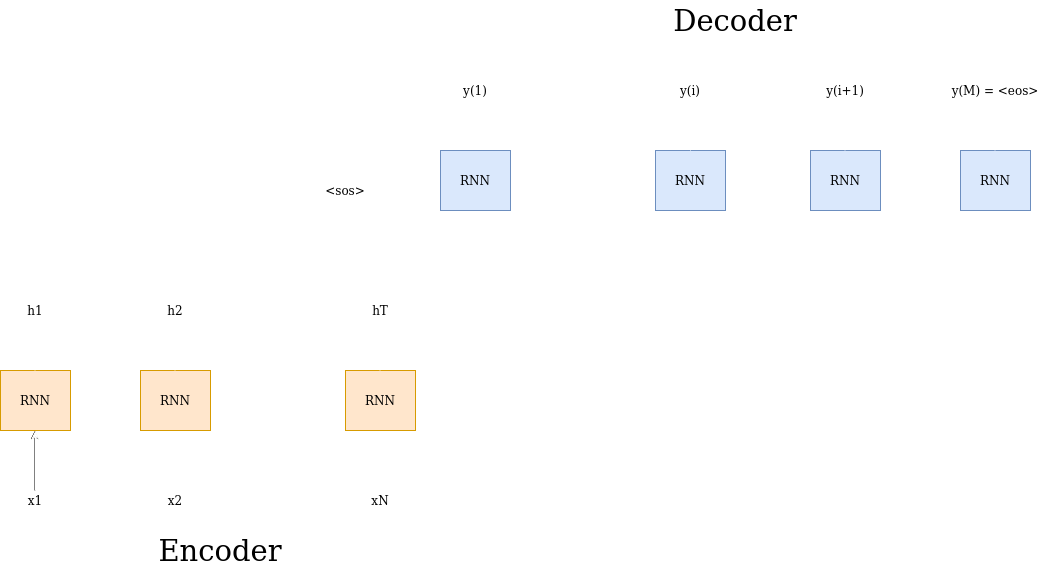
Earlier version of the draw.io export images/encoder_decoder_architecture.png (anuj1729/anuj1729.github.io). Source tidied: cells renumbered, new cells last; positions are measured from the earlier drawing's top-left corner, leaving out a move shared by most shapes.
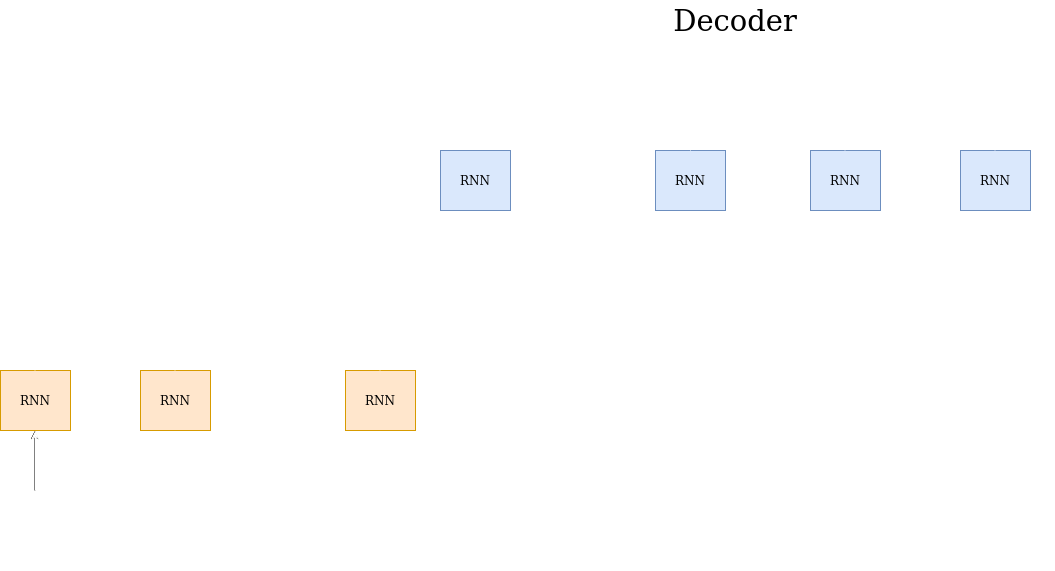
After the commit.

What changed in the source:
```diff
@@ -17,7 +17,7 @@
     <mxCell id="5" style="edgeStyle=orthogonalEdgeStyle;rounded=0;jettySize=auto;html=1;fillColor=none;strokeColor=#FFFFFF;" parent="1" edge="1" source="6" target="3">
       <mxGeometry relative="1" as="geometry" />
     </mxCell>
-    <mxCell id="6" value="x1" style="text;html=1;fillColor=none;align=center;verticalAlign=middle;whiteSpace=wrap;rounded=0;" parent="1" vertex="1">
+    <mxCell id="6" value="x1" style="text;html=1;fillColor=none;align=center;verticalAlign=middle;whiteSpace=wrap;rounded=0;fontColor=#FFFFFF;" parent="1" vertex="1">
       <mxGeometry x="15" y="490" width="40" height="20" as="geometry" />
     </mxCell>
     <mxCell id="7" style="edgeStyle=orthogonalEdgeStyle;rounded=0;jumpSize=6;jettySize=auto;html=1;exitX=1;exitY=0.5;exitDx=0;exitDy=0;dashed=1;startSize=5;endArrow=none;endFill=0;strokeWidth=1;fillColor=none;strokeColor=#FFFFFF;" parent="1" edge="1" source="8" target="11">
@@ -32,7 +32,7 @@
         <mxPoint x="174.5" y="430" as="targetPoint" />
       </mxGeometry>
     </mxCell>
-    <mxCell id="10" value="x2" style="text;html=1;fillColor=none;align=center;verticalAlign=middle;whiteSpace=wrap;rounded=0;" parent="1" vertex="1">
+    <mxCell id="10" value="x2" style="text;html=1;fillColor=none;align=center;verticalAlign=middle;whiteSpace=wrap;rounded=0;fontColor=#FFFFFF;" parent="1" vertex="1">
       <mxGeometry x="155" y="490" width="40" height="20" as="geometry" />
     </mxCell>
     <mxCell id="11" value="&lt;div&gt;&lt;font color=&quot;#000000&quot;&gt;RNN&lt;br&gt;&lt;/font&gt;&lt;/div&gt;" style="rounded=0;whiteSpace=wrap;html=1;fillColor=#ffe6cc;strokeColor=#d79b00;" parent="1" vertex="1">
@@ -44,7 +44,7 @@
         <mxPoint x="379.5" y="430" as="targetPoint" />
       </mxGeometry>
     </mxCell>
-    <mxCell id="13" value="xN" style="text;html=1;fillColor=none;align=center;verticalAlign=middle;whiteSpace=wrap;rounded=0;" parent="1" vertex="1">
+    <mxCell id="13" value="xN" style="text;html=1;fillColor=none;align=center;verticalAlign=middle;whiteSpace=wrap;rounded=0;fontColor=#FFFFFF;" parent="1" vertex="1">
       <mxGeometry x="360" y="490" width="40" height="20" as="geometry" />
     </mxCell>
     <mxCell id="14" style="endArrow=classic;html=1;fillColor=none;strokeColor=#FFFFFF;" parent="1" edge="1">
@@ -53,7 +53,7 @@
         <mxPoint x="34.5" y="320" as="targetPoint" />
       </mxGeometry>
     </mxCell>
-    <mxCell id="15" value="h1" style="text;html=1;fillColor=none;align=center;verticalAlign=middle;whiteSpace=wrap;rounded=0;" parent="1" vertex="1">
+    <mxCell id="15" value="h1" style="text;html=1;fillColor=none;align=center;verticalAlign=middle;whiteSpace=wrap;rounded=0;fontColor=#FFFFFF;" parent="1" vertex="1">
       <mxGeometry x="15" y="300" width="40" height="20" as="geometry" />
     </mxCell>
     <mxCell id="16" style="endArrow=classic;html=1;strokeColor=#FFFFFF;" parent="1" edge="1">
@@ -62,7 +62,7 @@
         <mxPoint x="174.5" y="320" as="targetPoint" />
       </mxGeometry>
     </mxCell>
-    <mxCell id="17" value="h2" style="text;html=1;fillColor=none;align=center;verticalAlign=middle;whiteSpace=wrap;rounded=0;" parent="1" vertex="1">
+    <mxCell id="17" value="h2" style="text;html=1;fillColor=none;align=center;verticalAlign=middle;whiteSpace=wrap;rounded=0;fontColor=#FFFFFF;" parent="1" vertex="1">
       <mxGeometry x="155" y="300" width="40" height="20" as="geometry" />
     </mxCell>
     <mxCell id="18" style="endArrow=classic;html=1;strokeColor=#FFFFFF;" parent="1" edge="1">
@@ -74,7 +74,7 @@
     <mxCell id="19" style="edgeStyle=orthogonalEdgeStyle;rounded=0;jettySize=auto;html=1;entryX=0.5;entryY=1;entryDx=0;entryDy=0;jumpSize=6;startSize=5;strokeWidth=3;dashed=1;fillColor=#b1ddf0;strokeColor=#FFFFFF;" parent="1" edge="1" source="20" target="22">
       <mxGeometry relative="1" as="geometry" />
     </mxCell>
-    <mxCell id="20" value="hT" style="text;html=1;strokeColor=none;fillColor=none;align=center;verticalAlign=middle;whiteSpace=wrap;rounded=0;" parent="1" vertex="1">
+    <mxCell id="20" value="hT" style="text;html=1;strokeColor=none;fillColor=none;align=center;verticalAlign=middle;whiteSpace=wrap;rounded=0;fontColor=#FFFFFF;" parent="1" vertex="1">
       <mxGeometry x="360" y="300" width="40" height="20" as="geometry" />
     </mxCell>
     <mxCell id="21" style="edgeStyle=orthogonalEdgeStyle;rounded=0;jumpSize=6;jettySize=auto;html=1;exitX=1;exitY=0.5;exitDx=0;exitDy=0;dashed=1;startSize=5;strokeWidth=1;endArrow=none;endFill=0;fillColor=none;strokeColor=#FFFFFF;" parent="1" edge="1" source="22" target="27">
@@ -89,7 +89,7 @@
         <mxPoint x="474.9" y="94" as="targetPoint" />
       </mxGeometry>
     </mxCell>
-    <mxCell id="24" value="y(1)" style="text;html=1;align=center;verticalAlign=middle;whiteSpace=wrap;rounded=0;" parent="1" vertex="1">
+    <mxCell id="24" value="y(1)" style="text;html=1;align=center;verticalAlign=middle;whiteSpace=wrap;rounded=0;fontColor=#FFFFFF;" parent="1" vertex="1">
       <mxGeometry x="455" y="80" width="40" height="20" as="geometry" />
     </mxCell>
     <mxCell id="25" style="endArrow=classic;html=1;strokeWidth=1;fillColor=none;strokeColor=#FFFFFF;" parent="1" edge="1">
@@ -98,7 +98,7 @@
         <mxPoint x="440" y="190" as="targetPoint" />
       </mxGeometry>
     </mxCell>
-    <mxCell id="26" value="&amp;lt;sos&amp;gt;" style="text;html=1;fillColor=none;align=center;verticalAlign=middle;whiteSpace=wrap;rounded=0;" parent="1" vertex="1">
+    <mxCell id="26" value="&amp;lt;sos&amp;gt;" style="text;html=1;fillColor=none;align=center;verticalAlign=middle;whiteSpace=wrap;rounded=0;labelBackgroundColor=none;fontColor=#FFFFFF;" parent="1" vertex="1">
       <mxGeometry x="325" y="180" width="40" height="20" as="geometry" />
     </mxCell>
     <mxCell id="27" value="&lt;font color=&quot;#000000&quot;&gt;RNN&lt;/font&gt;" style="rounded=0;whiteSpace=wrap;html=1;fillColor=#dae8fc;strokeColor=#6c8ebf;" parent="1" vertex="1">
@@ -120,7 +120,7 @@
         </Array>
       </mxGeometry>
     </mxCell>
-    <mxCell id="30" value="y(i)" style="text;html=1;align=center;verticalAlign=middle;whiteSpace=wrap;rounded=0;fillColor=none;" parent="1" vertex="1">
+    <mxCell id="30" value="y(i)" style="text;html=1;align=center;verticalAlign=middle;whiteSpace=wrap;rounded=0;fillColor=none;fontColor=#FFFFFF;" parent="1" vertex="1">
       <mxGeometry x="670" y="80" width="40" height="20" as="geometry" />
     </mxCell>
     <mxCell id="31" style="edgeStyle=orthogonalEdgeStyle;rounded=0;jumpSize=6;jettySize=auto;html=1;exitX=1;exitY=0.5;exitDx=0;exitDy=0;entryX=0;entryY=0.5;entryDx=0;entryDy=0;dashed=1;startSize=5;endArrow=none;endFill=0;strokeWidth=1;fillColor=none;strokeColor=#FFFFFF;" parent="1" edge="1" source="32" target="35">
@@ -135,7 +135,7 @@
         <mxPoint x="844.5" y="100" as="targetPoint" />
       </mxGeometry>
     </mxCell>
-    <mxCell id="34" value="y(i+1)" style="text;html=1;fillColor=none;align=center;verticalAlign=middle;whiteSpace=wrap;rounded=0;" parent="1" vertex="1">
+    <mxCell id="34" value="y(i+1)" style="text;html=1;fillColor=none;align=center;verticalAlign=middle;whiteSpace=wrap;rounded=0;fontColor=#FFFFFF;" parent="1" vertex="1">
       <mxGeometry x="825" y="80" width="40" height="20" as="geometry" />
     </mxCell>
     <mxCell id="35" value="&lt;font color=&quot;#000000&quot;&gt;RNN&lt;/font&gt;" style="rounded=0;whiteSpace=wrap;html=1;fillColor=#dae8fc;strokeColor=#6c8ebf;" parent="1" vertex="1">
@@ -147,10 +147,10 @@
         <mxPoint x="994.5" y="100" as="targetPoint" />
       </mxGeometry>
     </mxCell>
-    <mxCell id="37" value="y(M) = &amp;lt;eos&amp;gt;" style="text;html=1;align=center;verticalAlign=middle;whiteSpace=wrap;rounded=0;fillColor=none;" parent="1" vertex="1">
+    <mxCell id="37" value="y(M) = &amp;lt;eos&amp;gt;" style="text;html=1;align=center;verticalAlign=middle;whiteSpace=wrap;rounded=0;fillColor=none;fontColor=#FFFFFF;" parent="1" vertex="1">
       <mxGeometry x="936" y="80" width="118" height="20" as="geometry" />
     </mxCell>
-    <mxCell id="38" value="&lt;font style=&quot;font-size: 29px&quot;&gt;Encoder&lt;/font&gt;" style="text;html=1;fillColor=none;align=center;verticalAlign=middle;whiteSpace=wrap;rounded=0;" parent="1" vertex="1">
+    <mxCell id="38" value="&lt;font style=&quot;font-size: 29px&quot;&gt;Encoder&lt;/font&gt;" style="text;html=1;fillColor=none;align=center;verticalAlign=middle;whiteSpace=wrap;rounded=0;fontColor=#FFFFFF;" parent="1" vertex="1">
       <mxGeometry x="130" y="530" width="180" height="40" as="geometry" />
     </mxCell>
     <mxCell id="39" value="&lt;font style=&quot;font-size: 29px&quot;&gt;Decoder&lt;/font&gt;" style="text;html=1;align=center;verticalAlign=middle;whiteSpace=wrap;rounded=0;fillColor=none;" parent="1" vertex="1">
```
